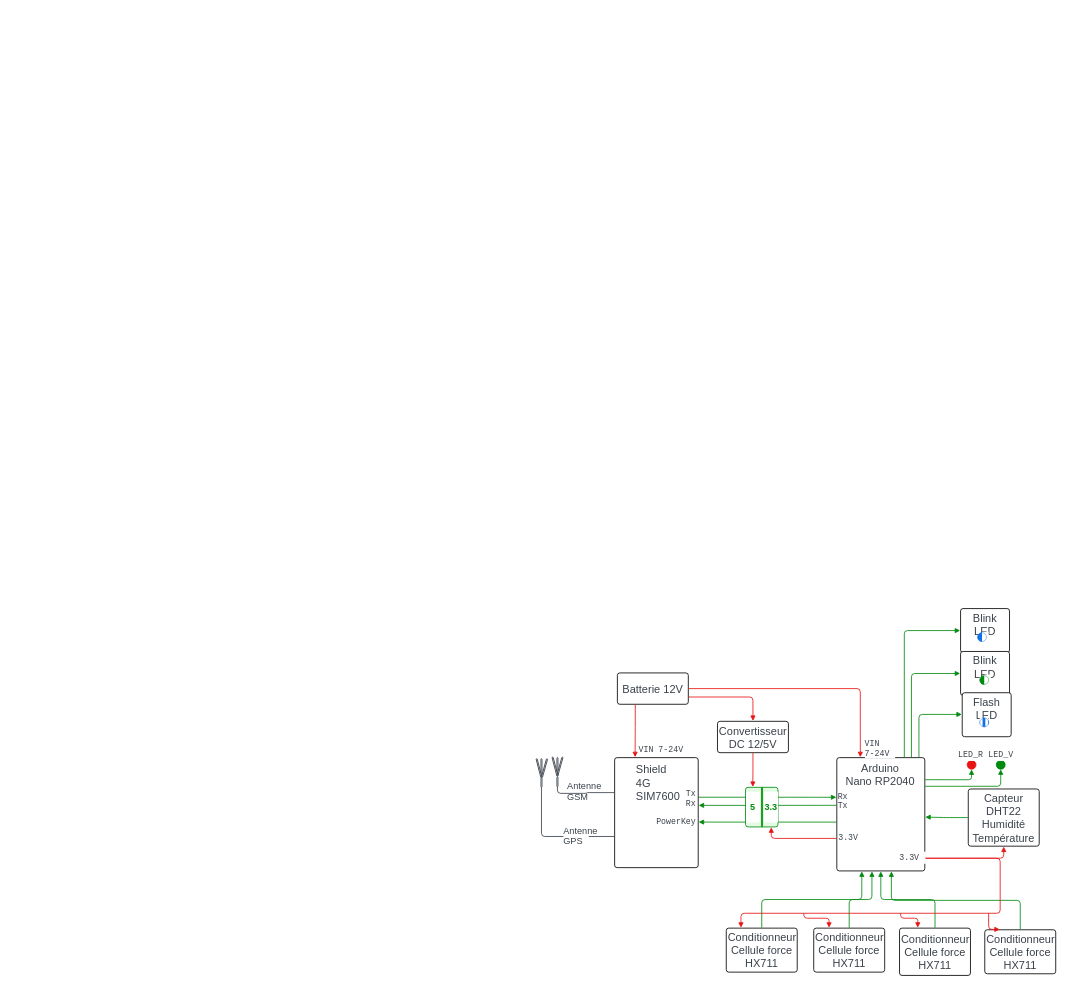
Above: test.drawio in cjlux/various_files (draw.io), before the change. Source tidied: cells renumbered, new cells numbered last; positions are measured from the earlier drawing's top-left corner, leaving out a move shared by most shapes. Both pictures are drawn from the tidied source at 55%, with x=0, y=0 at pixel (529, 608).
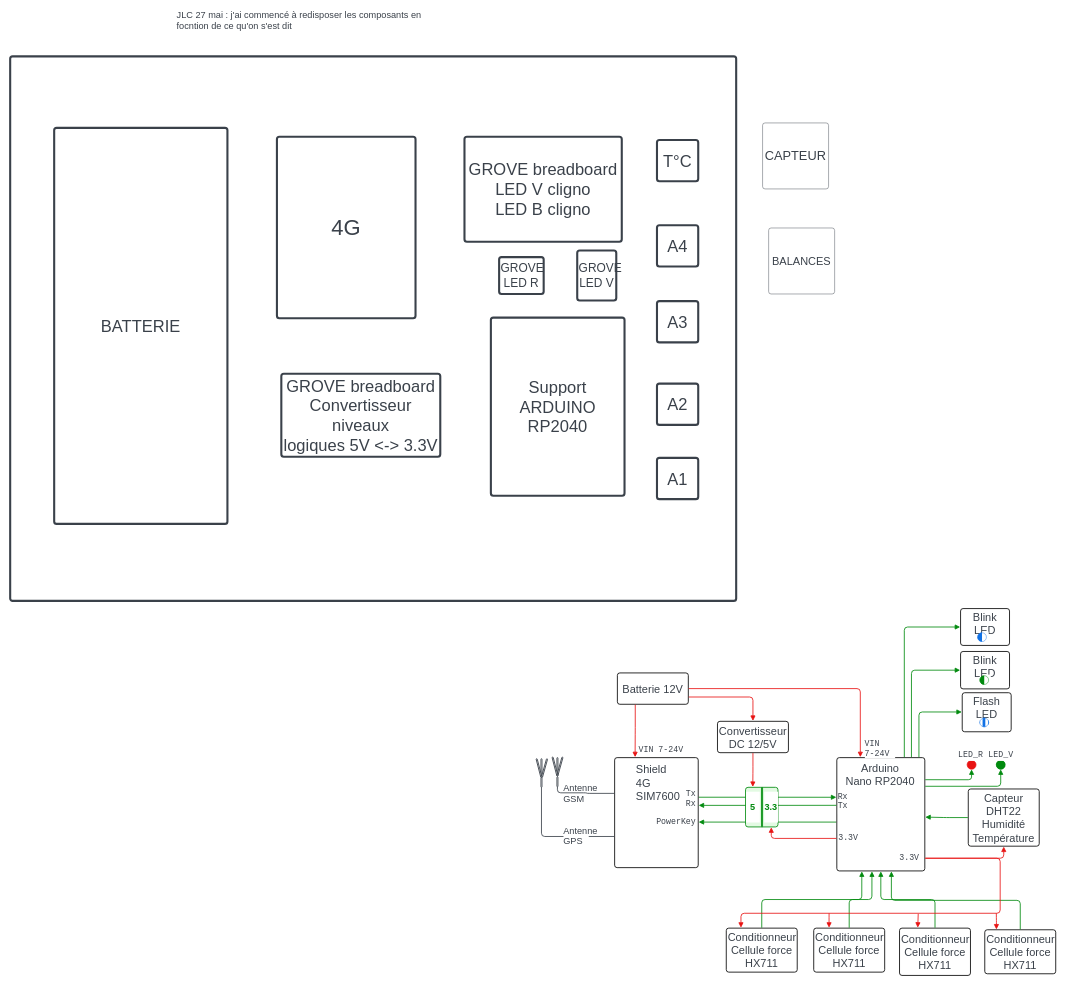
After the change.

Commit message (it also covers changes not shown here):
Mettre à jour test.drawio

The change refers to these unchanged cells:
```xml
<mxCell id="9" style="html=1;overflow=block;blockSpacing=1;whiteSpace=wrap;fontSize=13;spacing=3.8;strokeOpacity=100;rounded=1;absoluteArcSize=1;arcSize=9;strokeWidth=1.5;lucidId=1il2_6-KEyYq;" parent="1" vertex="1">
  <mxGeometry x="155" y="271" width="152" height="200" as="geometry" />
</mxCell>
<mxCell id="27" style="html=1;overflow=block;blockSpacing=1;whiteSpace=wrap;fontSize=13;spacing=0;strokeColor=#3a414a;strokeOpacity=100;rounded=1;absoluteArcSize=1;arcSize=9;rotation=-270;strokeWidth=1.5;lucidId=jxl29xUAXIb~;" parent="23" vertex="1">
  <mxGeometry y="28" width="18" height="2" as="geometry" />
</mxCell>
<mxCell id="39" value="Conditionneur&#10;Cellule force&#10;HX711" style="html=1;overflow=block;blockSpacing=1;whiteSpace=wrap;fontSize=20;fontColor=#3a414a;spacing=3.8;strokeOpacity=100;rounded=1;absoluteArcSize=1;arcSize=9;strokeWidth=1.5;lucidId=RUl2H39iLhSZ;" parent="1" vertex="1">
  <mxGeometry x="517" y="581" width="129" height="80" as="geometry" />
</mxCell>
<mxCell id="41" value="Conditionneur&#10;Cellule force&#10;HX711" style="html=1;overflow=block;blockSpacing=1;whiteSpace=wrap;fontSize=20;fontColor=#3a414a;spacing=3.8;strokeOpacity=100;rounded=1;absoluteArcSize=1;arcSize=9;strokeWidth=1.5;lucidId=dVl29gMZvtSj;" parent="1" vertex="1">
  <mxGeometry x="673" y="581" width="129" height="86" as="geometry" />
</mxCell>
<mxCell id="42" value="Conditionneur&#10;Cellule force&#10;HX711" style="html=1;overflow=block;blockSpacing=1;whiteSpace=wrap;fontSize=20;fontColor=#3a414a;spacing=3.8;strokeOpacity=100;rounded=1;absoluteArcSize=1;arcSize=9;strokeWidth=1.5;lucidId=eVl2-CQv_7~p;" parent="1" vertex="1">
  <mxGeometry x="828" y="584" width="129" height="80" as="geometry" />
</mxCell>
```

Change to the diagram source:
```diff
@@
     <mxCell id="2" value="Blink LED&#10;" style="html=1;overflow=block;blockSpacing=1;whiteSpace=wrap;fontSize=20;fontColor=#3a414a;spacing=3.8;strokeOpacity=100;rounded=1;absoluteArcSize=1;arcSize=9;strokeWidth=1.5;lucidId=wam2Kq3MyECr;" parent="1" vertex="1">
-      <mxGeometry x="784" width="89" height="80" as="geometry" />
+      <mxGeometry x="784" width="89" height="67" as="geometry" />
     </mxCell>
     <mxCell id="3" value="Blink LED&#10;" style="html=1;overflow=block;blockSpacing=1;whiteSpace=wrap;fontSize=20;fontColor=#3a414a;spacing=3.8;strokeOpacity=100;rounded=1;absoluteArcSize=1;arcSize=9;strokeWidth=1.5;lucidId=Kam2kGSk9TJp;" parent="1" vertex="1">
-      <mxGeometry x="784" y="78" width="89" height="80" as="geometry" />
+      <mxGeometry x="784" y="78" width="89" height="68" as="geometry" />
     </mxCell>
     <mxCell id="4" value="Flash LED&#10;" style="html=1;overflow=block;blockSpacing=1;whiteSpace=wrap;fontSize=20;fontColor=#3a414a;spacing=3.8;strokeOpacity=100;rounded=1;absoluteArcSize=1;arcSize=9;strokeWidth=1.5;lucidId=I~l21GsN-wiM;" parent="1" vertex="1">
-      <mxGeometry x="787" y="153" width="89" height="80" as="geometry" />
+      <mxGeometry x="787" y="153" width="89" height="71" as="geometry" />
     </mxCell>
@@
     <mxCell id="11" value="&lt;div style=&quot;display: flex; justify-content: flex-start; text-align: left; align-items: baseline; font-size: 0; line-height: 1.25;margin-top: -2px;&quot;&gt;&lt;span&gt;&lt;span style=&quot;font-size:16.7px;color:#3a414a;&quot;&gt;Antenne &#10;&lt;/span&gt;&lt;/span&gt;&lt;/div&gt;&lt;div style=&quot;display: flex; justify-content: flex-start; text-align: left; align-items: baseline; font-size: 0; line-height: 1.25;margin-top: -2px;&quot;&gt;&lt;span&gt;&lt;span style=&quot;font-size:16.7px;color:#3a414a;&quot;&gt;GSM&lt;/span&gt;&lt;/span&gt;&lt;/div&gt;" style="html=1;overflow=block;blockSpacing=1;whiteSpace=wrap;fontSize=13;spacing=0;verticalAlign=top;fillColor=#ffffff;strokeWidth=1.5;strokeColor=none;lucidId=jyl23Vy3XqJ3;" parent="1" vertex="1">
-      <mxGeometry x="69" y="316" width="75" height="40" as="geometry" />
+      <mxGeometry x="62" y="320" width="75" height="40" as="geometry" />
     </mxCell>
@@
-    <mxCell id="33" style="html=1;jettySize=18;whiteSpace=wrap;fontSize=13;strokeColor=#3a414a;strokeOpacity=100;strokeWidth=1.5;rounded=1;arcSize=12;edgeStyle=orthogonalEdgeStyle;startArrow=none;endArrow=none;exitX=-0.005;exitY=0.318;exitPerimeter=0;entryX=1;entryY=0.5;entryPerimeter=0;lucidId=2xl2dHbw8EfJ;" parent="1" edge="1" source="9" target="27">
+    <mxCell id="33" style="html=1;jettySize=18;whiteSpace=wrap;fontSize=13;strokeColor=#3a414a;strokeOpacity=100;strokeWidth=1.5;rounded=1;arcSize=12;edgeStyle=orthogonalEdgeStyle;startArrow=none;endArrow=none;exitX=-0.002;exitY=0.325;exitPerimeter=0;entryX=1;entryY=0.5;entryPerimeter=0;lucidId=2xl2dHbw8EfJ;exitDx=0;exitDy=0;" parent="1" edge="1" source="9" target="27">
       <mxGeometry relative="1" as="geometry">
         <Array as="points">
-          <mxPoint x="104" y="335" />
           <mxPoint x="104" y="336" />
-          <mxPoint x="51" y="336" />
+          <mxPoint x="51" y="335" />
         </Array>
       </mxGeometry>
     </mxCell>
@@
     <mxCell id="48" style="html=1;jettySize=18;whiteSpace=wrap;fontSize=13;strokeColor=#e81313;strokeOpacity=100;strokeWidth=1.5;rounded=1;arcSize=12;edgeStyle=orthogonalEdgeStyle;startArrow=block;startFill=1;endArrow=none;exitX=0.216;exitY=-0.009;exitPerimeter=0;lucidId=F1l2730JvWF9;" parent="1" edge="1" source="39">
       <mxGeometry relative="1" as="geometry">
-        <mxPoint x="499" y="554" as="targetPoint" />
+        <mxPoint x="545" y="554" as="targetPoint" />
+        <Array as="points">
+          <mxPoint x="545" y="556" />
+        </Array>
       </mxGeometry>
     </mxCell>
     <mxCell id="49" style="html=1;jettySize=18;whiteSpace=wrap;fontSize=13;strokeColor=#e81313;strokeOpacity=100;strokeWidth=1.5;rounded=1;arcSize=12;edgeStyle=orthogonalEdgeStyle;startArrow=block;startFill=1;endArrow=none;exitX=0.257;exitY=-0.009;exitPerimeter=0;lucidId=V1l207W.sN5c;" parent="1" edge="1" source="41">
       <mxGeometry relative="1" as="geometry">
-        <mxPoint x="675" y="554" as="targetPoint" />
+        <mxPoint x="707" y="555" as="targetPoint" />
       </mxGeometry>
     </mxCell>
-    <mxCell id="50" style="html=1;jettySize=18;whiteSpace=wrap;fontSize=13;strokeColor=#e81313;strokeOpacity=100;strokeWidth=1.5;rounded=1;arcSize=12;edgeStyle=orthogonalEdgeStyle;startArrow=block;startFill=1;endArrow=none;exitX=0.212;exitY=-0.009;exitPerimeter=0;lucidId=k2l2Ns~3N1tw;" parent="1" edge="1" source="42">
+    <mxCell id="50" style="html=1;jettySize=18;whiteSpace=wrap;fontSize=13;strokeColor=#e81313;strokeOpacity=100;strokeWidth=1.5;rounded=1;arcSize=12;edgeStyle=orthogonalEdgeStyle;startArrow=block;startFill=1;endArrow=none;exitX=0.164;exitY=-0.006;exitPerimeter=0;lucidId=k2l2Ns~3N1tw;exitDx=0;exitDy=0;" parent="1" edge="1" source="42">
       <mxGeometry relative="1" as="geometry">
-        <mxPoint x="835" y="554" as="targetPoint" />
+        <mxPoint x="849" y="554" as="targetPoint" />
+        <Array as="points">
+          <mxPoint x="849" y="568" />
+          <mxPoint x="849" y="568" />
+        </Array>
       </mxGeometry>
     </mxCell>
     <mxCell id="51" value="3.3V" style="html=1;overflow=block;blockSpacing=1;whiteSpace=wrap;fontSize=15;fontFamily=Cousine;fontColor=#3a414a;align=left;spacing=0;verticalAlign=middle;fillColor=#ffffff;strokeWidth=1.5;strokeColor=none;lucidId=v2l26z0juteI;" parent="1" vertex="1">
-      <mxGeometry x="673" y="442" width="48" height="22" as="geometry" />
+      <mxGeometry x="673" y="442" width="39" height="22" as="geometry" />
     </mxCell>
@@
+    <mxCell id="85" value="JLC  27 mai : j'ai  commencé à redisposer les  composants en focntion de ce qu'on s'est dit" style="html=1;overflow=block;blockSpacing=1;whiteSpace=wrap;fontSize=16.7;fontColor=#3a414a;align=left;spacing=0;verticalAlign=top;fillColor=#ffffff;strokeWidth=1.5;strokeColor=none;lucidId=K7P1fwpnOQA8;" parent="1" vertex="1">
+      <mxGeometry x="-641" y="-1089" width="448" height="59" as="geometry" />
+    </mxCell>
+    <mxCell id="86" style="html=1;overflow=block;blockSpacing=1;whiteSpace=wrap;fontSize=13;spacing=3.8;strokeColor=#3a414a;strokeOpacity=100;rounded=1;absoluteArcSize=1;arcSize=9;strokeWidth=3.8;lucidId=_JeY~3d14zf1;" parent="1" vertex="1">
+      <mxGeometry x="-944" y="-1004" width="1320" height="990" as="geometry" />
+    </mxCell>
+    <mxCell id="87" value="BATTERIE" style="html=1;overflow=block;blockSpacing=1;whiteSpace=wrap;fontSize=30;fontColor=#3a414a;spacing=3.8;strokeColor=#3a414a;strokeOpacity=100;rounded=1;absoluteArcSize=1;arcSize=9;strokeWidth=3.8;lucidId=RLeYC-dHbraX;" parent="1" vertex="1">
+      <mxGeometry x="-864" y="-874" width="315" height="720" as="geometry" />
+    </mxCell>
+    <mxCell id="88" value="Support &#10;ARDUINO&#10;RP2040" style="html=1;overflow=block;blockSpacing=1;whiteSpace=wrap;fontSize=30;fontColor=#3a414a;spacing=3.8;strokeColor=#3a414a;strokeOpacity=100;rounded=1;absoluteArcSize=1;arcSize=9;strokeWidth=3.8;lucidId=JMeYb-t2PyGa;" parent="1" vertex="1">
+      <mxGeometry x="-70" y="-529" width="243" height="324" as="geometry" />
+    </mxCell>
+    <mxCell id="89" value="4G" style="html=1;overflow=block;blockSpacing=1;whiteSpace=wrap;fontSize=40;fontColor=#3a414a;spacing=3.8;strokeColor=#3a414a;strokeOpacity=100;rounded=1;absoluteArcSize=1;arcSize=9;strokeWidth=3.8;lucidId=fNeY4c.ztQ67;" parent="1" vertex="1">
+      <mxGeometry x="-459" y="-858" width="252" height="330" as="geometry" />
+    </mxCell>
+    <mxCell id="90" value="A1" style="html=1;overflow=block;blockSpacing=1;whiteSpace=wrap;fontSize=30;fontColor=#3a414a;spacing=3.8;strokeColor=#3a414a;strokeOpacity=100;rounded=1;absoluteArcSize=1;arcSize=9;strokeWidth=3.8;lucidId=5NeYnYuBeLoQ;" parent="1" vertex="1">
+      <mxGeometry x="232" y="-274" width="75" height="75" as="geometry" />
+    </mxCell>
+    <mxCell id="91" value="A2" style="html=1;overflow=block;blockSpacing=1;whiteSpace=wrap;fontSize=30;fontColor=#3a414a;spacing=3.8;strokeColor=#3a414a;strokeOpacity=100;rounded=1;absoluteArcSize=1;arcSize=9;strokeWidth=3.8;lucidId=lOeYmCFmFFib;" parent="1" vertex="1">
+      <mxGeometry x="232" y="-409" width="75" height="75" as="geometry" />
+    </mxCell>
+    <mxCell id="92" value="A4" style="html=1;overflow=block;blockSpacing=1;whiteSpace=wrap;fontSize=30;fontColor=#3a414a;spacing=3.8;strokeColor=#3a414a;strokeOpacity=100;rounded=1;absoluteArcSize=1;arcSize=9;strokeWidth=3.8;lucidId=lOeY6eGX7rYQ;" parent="1" vertex="1">
+      <mxGeometry x="232" y="-697" width="75" height="75" as="geometry" />
+    </mxCell>
+    <mxCell id="93" value="A3" style="html=1;overflow=block;blockSpacing=1;whiteSpace=wrap;fontSize=30;fontColor=#3a414a;spacing=3.8;strokeColor=#3a414a;strokeOpacity=100;rounded=1;absoluteArcSize=1;arcSize=9;strokeWidth=3.8;lucidId=mOeYgsnh7D5f;" parent="1" vertex="1">
+      <mxGeometry x="232" y="-559" width="75" height="75" as="geometry" />
+    </mxCell>
+    <mxCell id="94" value="T°C" style="html=1;overflow=block;blockSpacing=1;whiteSpace=wrap;fontSize=30;fontColor=#3a414a;spacing=3.8;strokeColor=#3a414a;strokeOpacity=100;rounded=1;absoluteArcSize=1;arcSize=9;strokeWidth=3.8;lucidId=SOeYmxNMebTR;" parent="1" vertex="1">
+      <mxGeometry x="232" y="-852" width="75" height="75" as="geometry" />
+    </mxCell>
+    <mxCell id="95" value="GROVE breadboard&#10;LED V cligno&#10;LED B cligno" style="html=1;overflow=block;blockSpacing=1;whiteSpace=wrap;fontSize=30;fontColor=#3a414a;spacing=3.8;strokeColor=#3a414a;strokeOpacity=100;rounded=1;absoluteArcSize=1;arcSize=9;strokeWidth=3.8;lucidId=5OeY6a6Fq0Qe;" parent="1" vertex="1">
+      <mxGeometry x="-118" y="-858" width="286" height="191" as="geometry" />
+    </mxCell>
+    <mxCell id="96" value="GROVE&#10;LED V" style="html=1;overflow=block;blockSpacing=1;whiteSpace=wrap;fontSize=21.7;fontColor=#3a414a;spacing=3.8;strokeColor=#3a414a;strokeOpacity=100;rounded=1;absoluteArcSize=1;arcSize=9;strokeWidth=3.8;lucidId=iPeYY73QoQCU;" parent="1" vertex="1">
+      <mxGeometry x="87" y="-651" width="71" height="91" as="geometry" />
+    </mxCell>
+    <mxCell id="97" value="BALANCES" style="html=1;overflow=block;blockSpacing=1;whiteSpace=wrap;fontSize=20;fontColor=#3a414a;spacing=3.8;strokeColor=#3a414a;strokeOpacity=100;rounded=1;absoluteArcSize=1;arcSize=9;strokeWidth=0.8;lucidId=UPeYiuzNl4qE;" parent="1" vertex="1">
+      <mxGeometry x="435" y="-692" width="120" height="120" as="geometry" />
+    </mxCell>
+    <mxCell id="98" value="CAPTEUR" style="html=1;overflow=block;blockSpacing=1;whiteSpace=wrap;fontSize=23.3;fontColor=#3a414a;spacing=3.8;strokeColor=#3a414a;strokeOpacity=100;rounded=1;absoluteArcSize=1;arcSize=9;strokeWidth=0.8;lucidId=4PeYgNP5lt~o;" parent="1" vertex="1">
+      <mxGeometry x="424" y="-883" width="120" height="120" as="geometry" />
+    </mxCell>
+    <mxCell id="99" value="GROVE&#10;LED R" style="html=1;overflow=block;blockSpacing=1;whiteSpace=wrap;fontSize=21.7;fontColor=#3a414a;spacing=3.8;strokeColor=#3a414a;strokeOpacity=100;rounded=1;absoluteArcSize=1;arcSize=9;strokeWidth=3.8;lucidId=loO1xbrGOOTb;" parent="1" vertex="1">
+      <mxGeometry x="-55" y="-639" width="81" height="67" as="geometry" />
+    </mxCell>
+    <mxCell id="100" value="GROVE breadboard&#10;Convertisseur niveaux&#10;logiques 5V &amp;lt;-&amp;gt; 3.3V" style="html=1;overflow=block;blockSpacing=1;whiteSpace=wrap;fontSize=30;fontColor=#3a414a;spacing=3.8;strokeColor=#3a414a;strokeOpacity=100;rounded=1;absoluteArcSize=1;arcSize=9;strokeWidth=3.8;lucidId=HDO1joA996PV;" parent="1" vertex="1">
+      <mxGeometry x="-451" y="-427" width="289" height="151" as="geometry" />
+    </mxCell>
```
